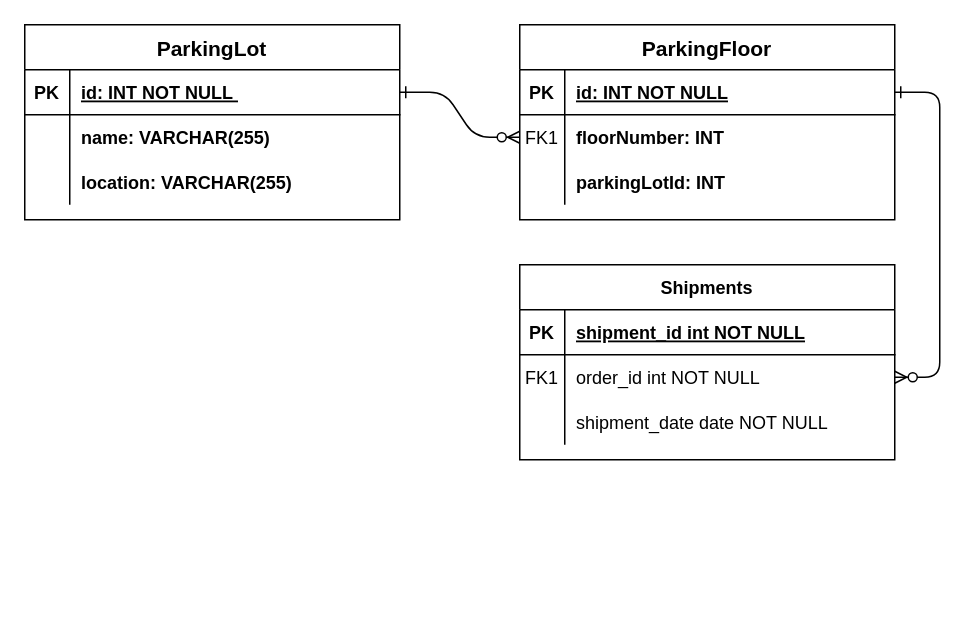
Above: Parkinglot-Schema-Diagram.drawio in geeky-sanjay/class-diagrams (draw.io), before the change. Source tidied: cells renumbered, new cells numbered last; positions are measured from the earlier drawing's top-left corner, leaving out a move shared by most shapes. Both pictures are drawn from the tidied source at 150%, with x=0, y=0 at pixel (24, 24).
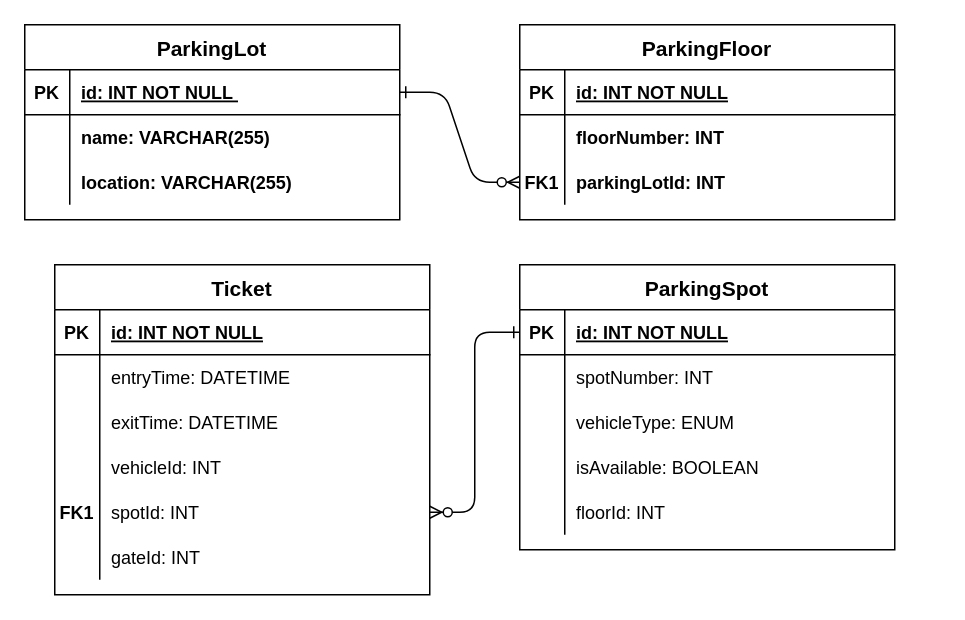
The same page after the edit.

Unchanged cells that the change refers to:
```xml
<mxCell id="5" style="shape=partialRectangle;fillColor=none;points=[[0,0.5],[1,0.5]];portConstraint=eastwest;top=0;left=0;right=0;bottom=1;" parent="4" vertex="1">
  <mxGeometry y="30" width="250" height="30" as="geometry" />
</mxCell>
<mxCell id="8" style="shape=partialRectangle;fillColor=none;points=[[0,0.5],[1,0.5]];portConstraint=eastwest;top=0;left=0;right=0;bottom=0;" parent="4" vertex="1">
  <mxGeometry y="60" width="250" height="30" as="geometry" />
</mxCell>
<mxCell id="11" style="shape=partialRectangle;fillColor=none;points=[[0,0.5],[1,0.5]];portConstraint=eastwest;top=0;left=0;right=0;bottom=0;" parent="4" vertex="1">
  <mxGeometry y="90" width="250" height="30" as="geometry" />
</mxCell>
<mxCell id="15" style="shape=partialRectangle;fillColor=none;points=[[0,0.5],[1,0.5]];portConstraint=eastwest;top=0;left=0;right=0;bottom=1;" parent="14" vertex="1">
  <mxGeometry y="30" width="250" height="30" as="geometry" />
</mxCell>
<mxCell id="18" style="shape=partialRectangle;fillColor=none;points=[[0,0.5],[1,0.5]];portConstraint=eastwest;top=0;left=0;right=0;bottom=0;" parent="14" vertex="1">
  <mxGeometry y="60" width="250" height="30" as="geometry" />
</mxCell>
<mxCell id="21" style="shape=partialRectangle;fillColor=none;top=0;left=0;right=0;bottom=0;" parent="14" vertex="1">
  <mxGeometry y="90" width="250" height="30" as="geometry" />
</mxCell>
<mxCell id="25" style="shape=partialRectangle;fillColor=none;points=[[0,0.5],[1,0.5]];portConstraint=eastwest;top=0;left=0;right=0;bottom=1;" parent="24" vertex="1">
  <mxGeometry y="30" width="250" height="30" as="geometry" />
</mxCell>
```

The edit, as a diff of the source:
```diff
@@
-    <mxCell id="2" style="edgeStyle=entityRelationEdgeStyle;endArrow=ERzeroToMany;startArrow=ERone;endFill=1;startFill=0;" parent="1" edge="1" source="25" target="8">
-      <mxGeometry relative="1" as="geometry" />
+    <mxCell id="2" style="edgeStyle=entityRelationEdgeStyle;endArrow=ERzeroToMany;startArrow=ERone;endFill=1;startFill=0;entryX=0;entryY=0.5;entryDx=0;entryDy=0;" parent="1" edge="1" source="25" target="11">
+      <mxGeometry relative="1" as="geometry">
+        <Array as="points">
+          <mxPoint x="310" y="80" />
+        </Array>
+      </mxGeometry>
     </mxCell>
-    <mxCell id="3" style="edgeStyle=entityRelationEdgeStyle;endArrow=ERzeroToMany;startArrow=ERone;endFill=1;startFill=0;" parent="1" edge="1" source="5" target="18">
-      <mxGeometry relative="1" as="geometry" />
-    </mxCell>
@@
-    <mxCell id="9" value="FK1" style="shape=partialRectangle;overflow=hidden;fillColor=none;top=0;left=0;bottom=0;right=0;" parent="8" vertex="1">
+    <mxCell id="9" style="shape=partialRectangle;overflow=hidden;fillColor=none;top=0;left=0;bottom=0;right=0;" parent="8" vertex="1">
       <mxGeometry width="30" height="30" as="geometry" />
     </mxCell>
@@
-    <mxCell id="12" style="shape=partialRectangle;overflow=hidden;fillColor=none;top=0;left=0;bottom=0;right=0;" parent="11" vertex="1">
+    <mxCell id="12" value="FK1" style="shape=partialRectangle;overflow=hidden;fillColor=none;top=0;left=0;bottom=0;right=0;fontStyle=1;" parent="11" vertex="1">
       <mxGeometry width="30" height="30" as="geometry" />
     </mxCell>
@@
-    <mxCell id="14" value="Shipments" style="shape=table;startSize=30;childLayout=tableLayout;rowLines=0;fontStyle=1;align=center;" parent="1" vertex="1">
-      <mxGeometry x="330" y="160" width="250" height="130" as="geometry" />
+    <mxCell id="14" value="ParkingSpot       " style="shape=table;startSize=30;childLayout=tableLayout;rowLines=0;fontStyle=1;align=center;fontSize=14;" parent="1" vertex="1">
+      <mxGeometry x="330" y="160" width="250" height="190" as="geometry" />
     </mxCell>
@@
-    <mxCell id="17" value="shipment_id int NOT NULL " style="shape=partialRectangle;overflow=hidden;fillColor=none;top=0;left=0;bottom=0;right=0;align=left;spacingLeft=6;fontStyle=5;" parent="15" vertex="1">
+    <mxCell id="17" value="id: INT NOT NULL " style="shape=partialRectangle;overflow=hidden;fillColor=none;top=0;left=0;bottom=0;right=0;align=left;spacingLeft=6;fontStyle=5;" parent="15" vertex="1">
       <mxGeometry x="30" width="220" height="30" as="geometry" />
     </mxCell>
@@
-    <mxCell id="19" value="FK1" style="shape=partialRectangle;overflow=hidden;fillColor=none;top=0;left=0;bottom=0;right=0;" parent="18" vertex="1">
+    <mxCell id="19" style="shape=partialRectangle;overflow=hidden;fillColor=none;top=0;left=0;bottom=0;right=0;" parent="18" vertex="1">
       <mxGeometry width="30" height="30" as="geometry" />
     </mxCell>
-    <mxCell id="20" value="order_id int NOT NULL" style="shape=partialRectangle;overflow=hidden;fillColor=none;top=0;left=0;bottom=0;right=0;align=left;spacingLeft=6;" parent="18" vertex="1">
+    <mxCell id="20" value="spotNumber: INT" style="shape=partialRectangle;overflow=hidden;fillColor=none;top=0;left=0;bottom=0;right=0;align=left;spacingLeft=6;" parent="18" vertex="1">
       <mxGeometry x="30" width="220" height="30" as="geometry" />
     </mxCell>
@@
-    <mxCell id="23" value="shipment_date date NOT NULL" style="shape=partialRectangle;overflow=hidden;fillColor=none;top=0;left=0;bottom=0;right=0;align=left;spacingLeft=6;" parent="21" vertex="1">
+    <mxCell id="23" value="vehicleType: ENUM " style="shape=partialRectangle;overflow=hidden;fillColor=none;top=0;left=0;bottom=0;right=0;align=left;spacingLeft=6;" parent="21" vertex="1">
       <mxGeometry x="30" width="220" height="30" as="geometry" />
     </mxCell>
+    <mxCell id="34" style="shape=partialRectangle;fillColor=none;top=0;left=0;right=0;bottom=0;" parent="14" vertex="1">
+      <mxGeometry y="120" width="250" height="30" as="geometry" />
+    </mxCell>
+    <mxCell id="35" style="shape=partialRectangle;overflow=hidden;fillColor=none;top=0;left=0;bottom=0;right=0;" parent="34" vertex="1">
+      <mxGeometry width="30" height="30" as="geometry" />
+    </mxCell>
+    <mxCell id="36" value="isAvailable: BOOLEAN " style="shape=partialRectangle;overflow=hidden;fillColor=none;top=0;left=0;bottom=0;right=0;align=left;spacingLeft=6;" parent="34" vertex="1">
+      <mxGeometry x="30" width="220" height="30" as="geometry" />
+    </mxCell>
+    <mxCell id="37" style="shape=partialRectangle;fillColor=none;top=0;left=0;right=0;bottom=0;" parent="14" vertex="1">
+      <mxGeometry y="150" width="250" height="30" as="geometry" />
+    </mxCell>
+    <mxCell id="38" style="shape=partialRectangle;overflow=hidden;fillColor=none;top=0;left=0;bottom=0;right=0;" parent="37" vertex="1">
+      <mxGeometry width="30" height="30" as="geometry" />
+    </mxCell>
+    <mxCell id="39" value="floorId: INT " style="shape=partialRectangle;overflow=hidden;fillColor=none;top=0;left=0;bottom=0;right=0;align=left;spacingLeft=6;" parent="37" vertex="1">
+      <mxGeometry x="30" width="220" height="30" as="geometry" />
+    </mxCell>
@@
+    <mxCell id="40" value="Ticket           " style="shape=table;startSize=30;childLayout=tableLayout;rowLines=0;fontStyle=1;align=center;fontSize=14;" parent="1" vertex="1">
+      <mxGeometry x="20" y="160" width="250" height="220" as="geometry" />
+    </mxCell>
+    <mxCell id="41" style="shape=partialRectangle;fillColor=none;top=0;left=0;right=0;bottom=1;" parent="40" vertex="1">
+      <mxGeometry y="30" width="250" height="30" as="geometry" />
+    </mxCell>
+    <mxCell id="42" value="PK" style="shape=partialRectangle;overflow=hidden;fillColor=none;top=0;left=0;bottom=0;right=0;fontStyle=1;" parent="41" vertex="1">
+      <mxGeometry width="30" height="30" as="geometry" />
+    </mxCell>
+    <mxCell id="43" value="id: INT NOT NULL " style="shape=partialRectangle;overflow=hidden;fillColor=none;top=0;left=0;bottom=0;right=0;align=left;spacingLeft=6;fontStyle=5;" parent="41" vertex="1">
+      <mxGeometry x="30" width="220" height="30" as="geometry" />
+    </mxCell>
+    <mxCell id="44" style="shape=partialRectangle;fillColor=none;top=0;left=0;right=0;bottom=0;" parent="40" vertex="1">
+      <mxGeometry y="60" width="250" height="30" as="geometry" />
+    </mxCell>
+    <mxCell id="45" style="shape=partialRectangle;overflow=hidden;fillColor=none;top=0;left=0;bottom=0;right=0;" parent="44" vertex="1">
+      <mxGeometry width="30" height="30" as="geometry" />
+    </mxCell>
+    <mxCell id="46" value="entryTime: DATETIME" style="shape=partialRectangle;overflow=hidden;fillColor=none;top=0;left=0;bottom=0;right=0;align=left;spacingLeft=6;" parent="44" vertex="1">
+      <mxGeometry x="30" width="220" height="30" as="geometry" />
+    </mxCell>
+    <mxCell id="47" style="shape=partialRectangle;fillColor=none;top=0;left=0;right=0;bottom=0;" parent="40" vertex="1">
+      <mxGeometry y="90" width="250" height="30" as="geometry" />
+    </mxCell>
+    <mxCell id="48" style="shape=partialRectangle;overflow=hidden;fillColor=none;top=0;left=0;bottom=0;right=0;" parent="47" vertex="1">
+      <mxGeometry width="30" height="30" as="geometry" />
+    </mxCell>
+    <mxCell id="49" value="exitTime: DATETIME  " style="shape=partialRectangle;overflow=hidden;fillColor=none;top=0;left=0;bottom=0;right=0;align=left;spacingLeft=6;" parent="47" vertex="1">
+      <mxGeometry x="30" width="220" height="30" as="geometry" />
+    </mxCell>
+    <mxCell id="50" style="shape=partialRectangle;fillColor=none;top=0;left=0;right=0;bottom=0;" parent="40" vertex="1">
+      <mxGeometry y="120" width="250" height="30" as="geometry" />
+    </mxCell>
+    <mxCell id="51" style="shape=partialRectangle;overflow=hidden;fillColor=none;top=0;left=0;bottom=0;right=0;" parent="50" vertex="1">
+      <mxGeometry width="30" height="30" as="geometry" />
+    </mxCell>
+    <mxCell id="52" value="vehicleId: INT " style="shape=partialRectangle;overflow=hidden;fillColor=none;top=0;left=0;bottom=0;right=0;align=left;spacingLeft=6;" parent="50" vertex="1">
+      <mxGeometry x="30" width="220" height="30" as="geometry" />
+    </mxCell>
+    <mxCell id="53" style="shape=partialRectangle;fillColor=none;points=[[0,0.5],[1,0.5]];portConstraint=eastwest;top=0;left=0;right=0;bottom=0;" parent="40" vertex="1">
+      <mxGeometry y="150" width="250" height="30" as="geometry" />
+    </mxCell>
+    <mxCell id="54" value="FK1" style="shape=partialRectangle;overflow=hidden;fillColor=none;top=0;left=0;bottom=0;right=0;fontStyle=1;" parent="53" vertex="1">
+      <mxGeometry width="30" height="30" as="geometry" />
+    </mxCell>
+    <mxCell id="55" value="spotId: INT  " style="shape=partialRectangle;overflow=hidden;fillColor=none;top=0;left=0;bottom=0;right=0;align=left;spacingLeft=6;" parent="53" vertex="1">
+      <mxGeometry x="30" width="220" height="30" as="geometry" />
+    </mxCell>
+    <mxCell id="56" style="shape=partialRectangle;fillColor=none;top=0;left=0;right=0;bottom=0;" parent="40" vertex="1">
+      <mxGeometry y="180" width="250" height="30" as="geometry" />
+    </mxCell>
+    <mxCell id="57" style="shape=partialRectangle;overflow=hidden;fillColor=none;top=0;left=0;bottom=0;right=0;" parent="56" vertex="1">
+      <mxGeometry width="30" height="30" as="geometry" />
+    </mxCell>
+    <mxCell id="58" value="gateId: INT   " style="shape=partialRectangle;overflow=hidden;fillColor=none;top=0;left=0;bottom=0;right=0;align=left;spacingLeft=6;" parent="56" vertex="1">
+      <mxGeometry x="30" width="220" height="30" as="geometry" />
+    </mxCell>
+    <mxCell id="59" style="edgeStyle=entityRelationEdgeStyle;endArrow=ERzeroToMany;startArrow=ERone;endFill=1;startFill=0;exitX=0;exitY=0.5;exitDx=0;exitDy=0;" parent="1" edge="1" source="15" target="53">
+      <mxGeometry relative="1" as="geometry">
+        <Array as="points">
+          <mxPoint x="340" y="385" />
+        </Array>
+      </mxGeometry>
+    </mxCell>
```
